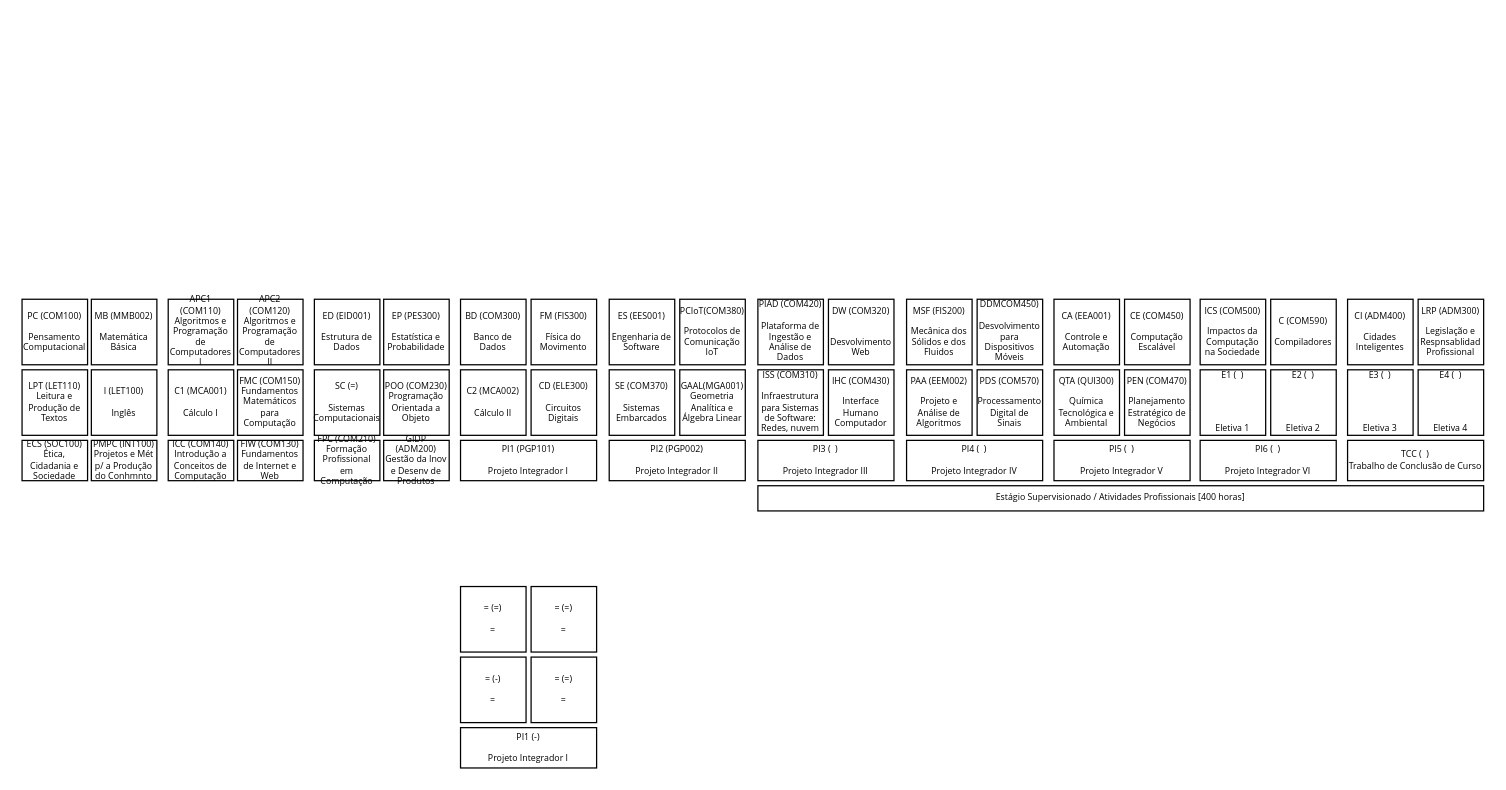
Adson360/Adson360 keeps this draw.io diagram as Diagrama sem título.drawio. Above is the earlier version. Source tidied: cells renumbered, new cells numbered last; positions are measured from the earlier drawing's top-left corner, leaving out a move shared by most shapes. Both pictures are drawn from the tidied source at 126%, with x=0, y=0 at pixel (21, 299).
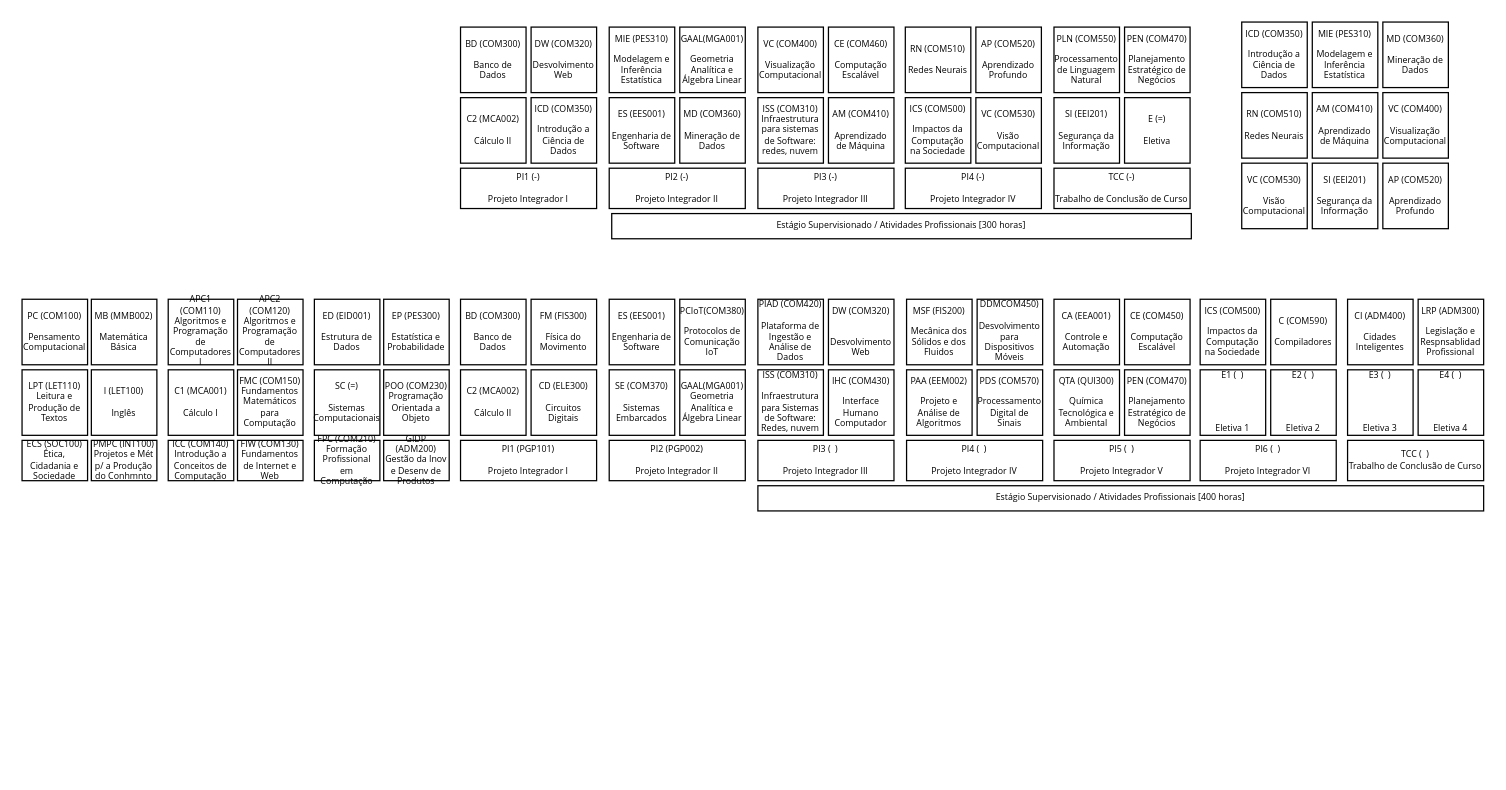
The same diagram, later.

What changed in the source:
```diff
@@
+    <mxCell id="60" value="Estágio Supervisionado / Atividades Profissionais [400 horas] " style="rounded=0;whiteSpace=wrap;html=1;labelBorderColor=none;labelBackgroundColor=none;glass=0;fontSize=7;fontFamily=Segoe UI;" parent="1" vertex="1">
+      <mxGeometry x="584" y="148" width="576" height="20" as="geometry" />
+    </mxCell>
+    <mxCell id="61" style="group;" parent="1" vertex="1">
+      <mxGeometry x="348" y="-216" width="580" height="168" as="geometry" />
+    </mxCell>
-    <mxCell id="55" value="&lt;div style=&quot;font-size: 7px&quot;&gt;PI1 (-)&lt;/div&gt;&lt;div style=&quot;font-size: 7px&quot;&gt;&lt;br style=&quot;font-size: 7px&quot;&gt;&lt;/div&gt;&lt;div style=&quot;font-size: 7px&quot;&gt;Projeto Integrador I&lt;br style=&quot;font-size: 7px&quot;&gt;&lt;/div&gt;" style="rounded=0;whiteSpace=wrap;html=1;labelBorderColor=none;labelBackgroundColor=none;glass=0;fontSize=7;fontFamily=Segoe UI;" parent="1" vertex="1">
-      <mxGeometry x="348" y="340" width="108" height="32" as="geometry" />
+    <mxCell id="55" value="&lt;div style=&quot;font-size: 7px&quot;&gt;PI1 (-)&lt;/div&gt;&lt;div style=&quot;font-size: 7px&quot;&gt;&lt;br style=&quot;font-size: 7px&quot;&gt;&lt;/div&gt;&lt;div style=&quot;font-size: 7px&quot;&gt;Projeto Integrador I&lt;br style=&quot;font-size: 7px&quot;&gt;&lt;/div&gt;" style="rounded=0;whiteSpace=wrap;html=1;labelBorderColor=none;labelBackgroundColor=none;glass=0;fontSize=7;fontFamily=Segoe UI;" parent="61" vertex="1">
+      <mxGeometry y="112" width="108" height="32" as="geometry" />
     </mxCell>
-    <mxCell id="56" value="&lt;div style=&quot;font-size: 7px&quot;&gt;= (=)&lt;/div&gt;&lt;div style=&quot;font-size: 7px&quot;&gt;&lt;br style=&quot;font-size: 7px&quot;&gt;&lt;/div&gt;=" style="rounded=0;whiteSpace=wrap;html=1;labelBorderColor=none;labelBackgroundColor=none;glass=0;fontSize=7;fontFamily=Segoe UI;" parent="1" vertex="1">
-      <mxGeometry x="348" y="228" width="52" height="52" as="geometry" />
-    </mxCell>
-    <mxCell id="57" value="&lt;div style=&quot;font-size: 7px&quot;&gt;= (-)&lt;/div&gt;&lt;div style=&quot;font-size: 7px&quot;&gt;&lt;br style=&quot;font-size: 7px&quot;&gt;&lt;/div&gt;&lt;div style=&quot;font-size: 7px&quot;&gt;=&lt;br style=&quot;font-size: 7px&quot;&gt;&lt;/div&gt;" style="rounded=0;whiteSpace=wrap;html=1;labelBorderColor=none;labelBackgroundColor=none;glass=0;fontSize=7;fontFamily=Segoe UI;" parent="1" vertex="1">
-      <mxGeometry x="348" y="284" width="52" height="52" as="geometry" />
-    </mxCell>
-    <mxCell id="58" value="&lt;div style=&quot;font-size: 7px&quot;&gt;= (=)&lt;/div&gt;&lt;div style=&quot;font-size: 7px&quot;&gt;&lt;br style=&quot;font-size: 7px&quot;&gt;&lt;/div&gt;&lt;div style=&quot;font-size: 7px&quot;&gt;=&lt;br style=&quot;font-size: 7px&quot;&gt;&lt;/div&gt;" style="rounded=0;whiteSpace=wrap;html=1;labelBorderColor=none;labelBackgroundColor=none;glass=0;fontSize=7;fontFamily=Segoe UI;" parent="1" vertex="1">
-      <mxGeometry x="404" y="228" width="52" height="52" as="geometry" />
+    <mxCell id="58" value="&lt;div style=&quot;font-size: 7px&quot;&gt;DW (COM320)&lt;/div&gt;&lt;div style=&quot;font-size: 7px&quot;&gt;&lt;br style=&quot;font-size: 7px&quot;&gt;&lt;/div&gt;&lt;div style=&quot;font-size: 7px&quot;&gt;Desvolvimento Web&lt;br style=&quot;font-size: 7px&quot;&gt;&lt;/div&gt;" style="rounded=0;whiteSpace=wrap;html=1;labelBorderColor=none;labelBackgroundColor=none;glass=0;fontSize=7;fontFamily=Segoe UI;" parent="61" vertex="1">
+      <mxGeometry x="56" width="52" height="52" as="geometry" />
     </mxCell>
-    <mxCell id="59" value="&lt;div style=&quot;font-size: 7px&quot;&gt;= (=)&lt;/div&gt;&lt;div style=&quot;font-size: 7px&quot;&gt;&lt;br style=&quot;font-size: 7px&quot;&gt;&lt;/div&gt;&lt;div style=&quot;font-size: 7px&quot;&gt;=&lt;br style=&quot;font-size: 7px&quot;&gt;&lt;/div&gt;" style="rounded=0;whiteSpace=wrap;html=1;labelBorderColor=none;labelBackgroundColor=none;glass=0;fontSize=7;fontFamily=Segoe UI;" parent="1" vertex="1">
-      <mxGeometry x="404" y="284" width="52" height="52" as="geometry" />
+    <mxCell id="59" value="&lt;div style=&quot;font-size: 7px&quot;&gt;ICD (COM350)&lt;/div&gt;&lt;div style=&quot;font-size: 7px&quot;&gt;&lt;br style=&quot;font-size: 7px&quot;&gt;&lt;/div&gt;&lt;div style=&quot;font-size: 7px&quot;&gt;Introdução a Ciência de Dados&lt;br style=&quot;font-size: 7px&quot;&gt;&lt;/div&gt;" style="rounded=0;whiteSpace=wrap;html=1;labelBorderColor=none;labelBackgroundColor=none;glass=0;fontSize=7;fontFamily=Segoe UI;" parent="61" vertex="1">
+      <mxGeometry x="56" y="56" width="52" height="52" as="geometry" />
     </mxCell>
-    <mxCell id="60" value="Estágio Supervisionado / Atividades Profissionais [400 horas] " style="rounded=0;whiteSpace=wrap;html=1;labelBorderColor=none;labelBackgroundColor=none;glass=0;fontSize=7;fontFamily=Segoe UI;" parent="1" vertex="1">
-      <mxGeometry x="584" y="148" width="576" height="20" as="geometry" />
-    </mxCell>
+    <mxCell id="62" value="&lt;div style=&quot;font-size: 7px&quot;&gt;PI2 (-)&lt;/div&gt;&lt;div style=&quot;font-size: 7px&quot;&gt;&lt;br style=&quot;font-size: 7px&quot;&gt;&lt;/div&gt;&lt;div style=&quot;font-size: 7px&quot;&gt;Projeto Integrador II&lt;br style=&quot;font-size: 7px&quot;&gt;&lt;/div&gt;" style="rounded=0;whiteSpace=wrap;html=1;labelBorderColor=none;labelBackgroundColor=none;glass=0;fontSize=7;fontFamily=Segoe UI;" parent="61" vertex="1">
+      <mxGeometry x="118" y="112" width="108" height="32" as="geometry" />
+    </mxCell>
+    <mxCell id="63" value="&lt;div style=&quot;font-size: 7px&quot;&gt;MIE (PES310)&lt;/div&gt;&lt;div style=&quot;font-size: 7px&quot;&gt;&lt;br style=&quot;font-size: 7px&quot;&gt;&lt;/div&gt;Modelagem e Inferência Estatística" style="rounded=0;whiteSpace=wrap;html=1;labelBorderColor=none;labelBackgroundColor=none;glass=0;fontSize=7;fontFamily=Segoe UI;" parent="61" vertex="1">
+      <mxGeometry x="118" width="52" height="52" as="geometry" />
+    </mxCell>
+    <mxCell id="64" value="&lt;div style=&quot;font-size: 7px&quot;&gt;ES (EES001)&lt;/div&gt;&lt;div style=&quot;font-size: 7px&quot;&gt;&lt;br style=&quot;font-size: 7px&quot;&gt;&lt;/div&gt;&lt;div style=&quot;font-size: 7px&quot;&gt;Engenharia de Software&lt;br style=&quot;font-size: 7px&quot;&gt;&lt;/div&gt;" style="rounded=0;whiteSpace=wrap;html=1;labelBorderColor=none;labelBackgroundColor=none;glass=0;fontSize=7;fontFamily=Segoe UI;" parent="61" vertex="1">
+      <mxGeometry x="118" y="56" width="52" height="52" as="geometry" />
+    </mxCell>
+    <mxCell id="65" value="&lt;div style=&quot;font-size: 7px&quot;&gt;GAAL(MGA001)&lt;/div&gt;&lt;div style=&quot;font-size: 7px&quot;&gt;&lt;br style=&quot;font-size: 7px&quot;&gt;&lt;/div&gt;&lt;div style=&quot;font-size: 7px&quot;&gt;Geometria Analítica e Álgebra Linear&lt;br style=&quot;font-size: 7px&quot;&gt;&lt;/div&gt;" style="rounded=0;whiteSpace=wrap;html=1;labelBorderColor=none;labelBackgroundColor=none;glass=0;fontSize=7;fontFamily=Segoe UI;" parent="61" vertex="1">
+      <mxGeometry x="174" width="52" height="52" as="geometry" />
+    </mxCell>
+    <mxCell id="66" value="&lt;div style=&quot;font-size: 7px&quot;&gt;MD (COM360)&lt;/div&gt;&lt;div style=&quot;font-size: 7px&quot;&gt;&lt;br style=&quot;font-size: 7px&quot;&gt;&lt;/div&gt;&lt;div style=&quot;font-size: 7px&quot;&gt;Mineração de Dados&lt;br style=&quot;font-size: 7px&quot;&gt;&lt;/div&gt;" style="rounded=0;whiteSpace=wrap;html=1;labelBorderColor=none;labelBackgroundColor=none;glass=0;fontSize=7;fontFamily=Segoe UI;" parent="61" vertex="1">
+      <mxGeometry x="174" y="56" width="52" height="52" as="geometry" />
+    </mxCell>
+    <mxCell id="67" value="&lt;div style=&quot;font-size: 7px&quot;&gt;PI3 (-)&lt;/div&gt;&lt;div style=&quot;font-size: 7px&quot;&gt;&lt;br style=&quot;font-size: 7px&quot;&gt;&lt;/div&gt;&lt;div style=&quot;font-size: 7px&quot;&gt;Projeto Integrador III&lt;br style=&quot;font-size: 7px&quot;&gt;&lt;/div&gt;" style="rounded=0;whiteSpace=wrap;html=1;labelBorderColor=none;labelBackgroundColor=none;glass=0;fontSize=7;fontFamily=Segoe UI;" parent="61" vertex="1">
+      <mxGeometry x="236" y="112" width="108" height="32" as="geometry" />
+    </mxCell>
+    <mxCell id="68" value="&lt;div style=&quot;font-size: 7px&quot;&gt;VC (COM400)&lt;/div&gt;&lt;div style=&quot;font-size: 7px&quot;&gt;&lt;br style=&quot;font-size: 7px&quot;&gt;&lt;/div&gt;Visualização Computacional" style="rounded=0;whiteSpace=wrap;html=1;labelBorderColor=none;labelBackgroundColor=none;glass=0;fontSize=7;fontFamily=Segoe UI;" parent="61" vertex="1">
+      <mxGeometry x="236" width="52" height="52" as="geometry" />
+    </mxCell>
+    <mxCell id="69" value="&lt;div style=&quot;font-size: 7px&quot;&gt;ISS (COM310)&lt;/div&gt;&lt;div style=&quot;font-size: 7px&quot;&gt;Infraestrutura para sistemas de Software: redes, nuvem&lt;br style=&quot;font-size: 7px&quot;&gt;&lt;/div&gt;" style="rounded=0;whiteSpace=wrap;html=1;labelBorderColor=none;labelBackgroundColor=none;glass=0;fontSize=7;fontFamily=Segoe UI;" parent="61" vertex="1">
+      <mxGeometry x="236" y="56" width="52" height="52" as="geometry" />
+    </mxCell>
+    <mxCell id="70" value="&lt;div style=&quot;font-size: 7px&quot;&gt;CE (COM460)&lt;/div&gt;&lt;div style=&quot;font-size: 7px&quot;&gt;&lt;br style=&quot;font-size: 7px&quot;&gt;&lt;/div&gt;&lt;div style=&quot;font-size: 7px&quot;&gt;Computação Escalável&lt;br style=&quot;font-size: 7px&quot;&gt;&lt;/div&gt;" style="rounded=0;whiteSpace=wrap;html=1;labelBorderColor=none;labelBackgroundColor=none;glass=0;fontSize=7;fontFamily=Segoe UI;" parent="61" vertex="1">
+      <mxGeometry x="292" width="52" height="52" as="geometry" />
+    </mxCell>
+    <mxCell id="71" value="&lt;div style=&quot;font-size: 7px&quot;&gt;AM (COM410)&lt;/div&gt;&lt;div style=&quot;font-size: 7px&quot;&gt;&lt;br style=&quot;font-size: 7px&quot;&gt;&lt;/div&gt;&lt;div style=&quot;font-size: 7px&quot;&gt;Aprendizado de Máquina&lt;br style=&quot;font-size: 7px&quot;&gt;&lt;/div&gt;" style="rounded=0;whiteSpace=wrap;html=1;labelBorderColor=none;labelBackgroundColor=none;glass=0;fontSize=7;fontFamily=Segoe UI;" parent="61" vertex="1">
+      <mxGeometry x="292" y="56" width="52" height="52" as="geometry" />
+    </mxCell>
+    <mxCell id="72" value="&lt;div style=&quot;font-size: 7px&quot;&gt;PI4 (-)&lt;/div&gt;&lt;div style=&quot;font-size: 7px&quot;&gt;&lt;br style=&quot;font-size: 7px&quot;&gt;&lt;/div&gt;&lt;div style=&quot;font-size: 7px&quot;&gt;Projeto Integrador IV&lt;br style=&quot;font-size: 7px&quot;&gt;&lt;/div&gt;" style="rounded=0;whiteSpace=wrap;html=1;labelBorderColor=none;labelBackgroundColor=none;glass=0;fontSize=7;fontFamily=Segoe UI;" parent="61" vertex="1">
+      <mxGeometry x="353" y="112" width="108" height="32" as="geometry" />
+    </mxCell>
+    <mxCell id="73" value="&lt;div style=&quot;font-size: 7px&quot;&gt;RN (COM510)&lt;/div&gt;&lt;div style=&quot;font-size: 7px&quot;&gt;&lt;br style=&quot;font-size: 7px&quot;&gt;&lt;/div&gt;Redes Neurais" style="rounded=0;whiteSpace=wrap;html=1;labelBorderColor=none;labelBackgroundColor=none;glass=0;fontSize=7;fontFamily=Segoe UI;" parent="61" vertex="1">
+      <mxGeometry x="353" width="52" height="52" as="geometry" />
+    </mxCell>
+    <mxCell id="74" value="&lt;div style=&quot;font-size: 7px&quot;&gt;ICS (COM500)&lt;/div&gt;&lt;div style=&quot;font-size: 7px&quot;&gt;&lt;br style=&quot;font-size: 7px&quot;&gt;&lt;/div&gt;&lt;div style=&quot;font-size: 7px&quot;&gt;Impactos da Computação na Sociedade&lt;br style=&quot;font-size: 7px&quot;&gt;&lt;/div&gt;" style="rounded=0;whiteSpace=wrap;html=1;labelBorderColor=none;labelBackgroundColor=none;glass=0;fontSize=7;fontFamily=Segoe UI;" parent="61" vertex="1">
+      <mxGeometry x="353" y="56" width="52" height="52" as="geometry" />
+    </mxCell>
+    <mxCell id="75" value="&lt;div style=&quot;font-size: 7px&quot;&gt;AP (COM520)&lt;/div&gt;&lt;div style=&quot;font-size: 7px&quot;&gt;&lt;br style=&quot;font-size: 7px&quot;&gt;&lt;/div&gt;&lt;div style=&quot;font-size: 7px&quot;&gt;Aprendizado Profundo&lt;br style=&quot;font-size: 7px&quot;&gt;&lt;/div&gt;" style="rounded=0;whiteSpace=wrap;html=1;labelBorderColor=none;labelBackgroundColor=none;glass=0;fontSize=7;fontFamily=Segoe UI;" parent="61" vertex="1">
+      <mxGeometry x="409" width="52" height="52" as="geometry" />
+    </mxCell>
+    <mxCell id="76" value="&lt;div style=&quot;font-size: 7px&quot;&gt;VC (COM530)&lt;/div&gt;&lt;div style=&quot;font-size: 7px&quot;&gt;&lt;br style=&quot;font-size: 7px&quot;&gt;&lt;/div&gt;&lt;div style=&quot;font-size: 7px&quot;&gt;Visão Computacional&lt;br style=&quot;font-size: 7px&quot;&gt;&lt;/div&gt;" style="rounded=0;whiteSpace=wrap;html=1;labelBorderColor=none;labelBackgroundColor=none;glass=0;fontSize=7;fontFamily=Segoe UI;" parent="61" vertex="1">
+      <mxGeometry x="409" y="56" width="52" height="52" as="geometry" />
+    </mxCell>
+    <mxCell id="77" value="&lt;div style=&quot;font-size: 7px&quot;&gt;TCC (-)&lt;/div&gt;&lt;div style=&quot;font-size: 7px&quot;&gt;&lt;br style=&quot;font-size: 7px&quot;&gt;&lt;/div&gt;&lt;div style=&quot;font-size: 7px&quot;&gt;Trabalho de Conclusão de Curso&lt;br style=&quot;font-size: 7px&quot;&gt;&lt;/div&gt;" style="rounded=0;whiteSpace=wrap;html=1;labelBorderColor=none;labelBackgroundColor=none;glass=0;fontSize=7;fontFamily=Segoe UI;" parent="61" vertex="1">
+      <mxGeometry x="471" y="112" width="108" height="32" as="geometry" />
+    </mxCell>
+    <mxCell id="78" value="&lt;div style=&quot;font-size: 7px&quot;&gt;PLN (COM550)&lt;/div&gt;&lt;div style=&quot;font-size: 7px&quot;&gt;&lt;br style=&quot;font-size: 7px&quot;&gt;&lt;/div&gt;Processamento de Linguagem Natural" style="rounded=0;whiteSpace=wrap;html=1;labelBorderColor=none;labelBackgroundColor=none;glass=0;fontSize=7;fontFamily=Segoe UI;" parent="61" vertex="1">
+      <mxGeometry x="471" width="52" height="52" as="geometry" />
+    </mxCell>
+    <mxCell id="79" value="&lt;div style=&quot;font-size: 7px&quot;&gt;SI (EEI201)&lt;/div&gt;&lt;div style=&quot;font-size: 7px&quot;&gt;&lt;br style=&quot;font-size: 7px&quot;&gt;&lt;/div&gt;&lt;div style=&quot;font-size: 7px&quot;&gt;Segurança da Informação&lt;br style=&quot;font-size: 7px&quot;&gt;&lt;/div&gt;" style="rounded=0;whiteSpace=wrap;html=1;labelBorderColor=none;labelBackgroundColor=none;glass=0;fontSize=7;fontFamily=Segoe UI;" parent="61" vertex="1">
+      <mxGeometry x="471" y="56" width="52" height="52" as="geometry" />
+    </mxCell>
+    <mxCell id="80" value="&lt;div style=&quot;font-size: 7px&quot;&gt;PEN (COM470)&lt;/div&gt;&lt;div style=&quot;font-size: 7px&quot;&gt;&lt;br style=&quot;font-size: 7px&quot;&gt;&lt;/div&gt;&lt;div style=&quot;font-size: 7px&quot;&gt;Planejamento Estratégico de Negócios&lt;br style=&quot;font-size: 7px&quot;&gt;&lt;/div&gt;" style="rounded=0;whiteSpace=wrap;html=1;labelBorderColor=none;labelBackgroundColor=none;glass=0;fontSize=7;fontFamily=Segoe UI;" parent="61" vertex="1">
+      <mxGeometry x="527" width="52" height="52" as="geometry" />
+    </mxCell>
+    <mxCell id="81" value="&lt;div style=&quot;font-size: 7px&quot;&gt;E (=)&lt;/div&gt;&lt;div style=&quot;font-size: 7px&quot;&gt;&lt;br style=&quot;font-size: 7px&quot;&gt;&lt;/div&gt;&lt;div style=&quot;font-size: 7px&quot;&gt;Eletiva&lt;br style=&quot;font-size: 7px&quot;&gt;&lt;/div&gt;" style="rounded=0;whiteSpace=wrap;html=1;labelBorderColor=none;labelBackgroundColor=none;glass=0;fontSize=7;fontFamily=Segoe UI;" parent="61" vertex="1">
+      <mxGeometry x="527" y="56" width="52" height="52" as="geometry" />
+    </mxCell>
+    <mxCell id="82" value="&lt;div style=&quot;font-size: 7px&quot;&gt;BD (COM300)&lt;/div&gt;&lt;div style=&quot;font-size: 7px&quot;&gt;&lt;br style=&quot;font-size: 7px&quot;&gt;&lt;/div&gt;Banco de Dados" style="rounded=0;whiteSpace=wrap;html=1;labelBorderColor=none;labelBackgroundColor=none;glass=0;fontSize=7;fontFamily=Segoe UI;" parent="61" vertex="1">
+      <mxGeometry width="52" height="52" as="geometry" />
+    </mxCell>
+    <mxCell id="83" value="&lt;div style=&quot;font-size: 7px&quot;&gt;C2 (MCA002)&lt;/div&gt;&lt;div style=&quot;font-size: 7px&quot;&gt;&lt;br style=&quot;font-size: 7px&quot;&gt;&lt;/div&gt;&lt;div style=&quot;font-size: 7px&quot;&gt;Cálculo II&lt;br style=&quot;font-size: 7px&quot;&gt;&lt;/div&gt;" style="rounded=0;whiteSpace=wrap;html=1;labelBorderColor=none;labelBackgroundColor=none;glass=0;fontSize=7;fontFamily=Segoe UI;" parent="61" vertex="1">
+      <mxGeometry y="56" width="52" height="52" as="geometry" />
+    </mxCell>
+    <mxCell id="84" value="Estágio Supervisionado / Atividades Profissionais [300 horas] " style="rounded=0;whiteSpace=wrap;html=1;labelBorderColor=none;labelBackgroundColor=none;glass=0;fontSize=7;fontFamily=Segoe UI;" parent="61" vertex="1">
+      <mxGeometry x="120" y="148" width="460" height="20" as="geometry" />
+    </mxCell>
+    <mxCell id="85" style="group;" parent="1" vertex="1">
+      <mxGeometry x="968" y="-220" width="164" height="164" as="geometry" />
+    </mxCell>
+    <mxCell id="86" value="&lt;div style=&quot;font-size: 7px&quot;&gt;ICD (COM350)&lt;/div&gt;&lt;div style=&quot;font-size: 7px&quot;&gt;&lt;br style=&quot;font-size: 7px&quot;&gt;&lt;/div&gt;&lt;div style=&quot;font-size: 7px&quot;&gt;Introdução a Ciência de Dados&lt;br style=&quot;font-size: 7px&quot;&gt;&lt;/div&gt;" style="rounded=0;whiteSpace=wrap;html=1;labelBorderColor=none;labelBackgroundColor=none;glass=0;fontSize=7;fontFamily=Segoe UI;" parent="85" vertex="1">
+      <mxGeometry width="52" height="52" as="geometry" />
+    </mxCell>
+    <mxCell id="87" value="&lt;div style=&quot;font-size: 7px&quot;&gt;MIE (PES310)&lt;/div&gt;&lt;div style=&quot;font-size: 7px&quot;&gt;&lt;br style=&quot;font-size: 7px&quot;&gt;&lt;/div&gt;Modelagem e Inferência Estatística" style="rounded=0;whiteSpace=wrap;html=1;labelBorderColor=none;labelBackgroundColor=none;glass=0;fontSize=7;fontFamily=Segoe UI;" parent="85" vertex="1">
+      <mxGeometry x="56" width="52" height="52" as="geometry" />
+    </mxCell>
+    <mxCell id="88" value="&lt;div style=&quot;font-size: 7px&quot;&gt;MD (COM360)&lt;/div&gt;&lt;div style=&quot;font-size: 7px&quot;&gt;&lt;br style=&quot;font-size: 7px&quot;&gt;&lt;/div&gt;&lt;div style=&quot;font-size: 7px&quot;&gt;Mineração de Dados&lt;br style=&quot;font-size: 7px&quot;&gt;&lt;/div&gt;" style="rounded=0;whiteSpace=wrap;html=1;labelBorderColor=none;labelBackgroundColor=none;glass=0;fontSize=7;fontFamily=Segoe UI;" parent="85" vertex="1">
+      <mxGeometry x="112" width="52" height="52" as="geometry" />
+    </mxCell>
+    <mxCell id="89" value="&lt;div style=&quot;font-size: 7px&quot;&gt;VC (COM400)&lt;/div&gt;&lt;div style=&quot;font-size: 7px&quot;&gt;&lt;br style=&quot;font-size: 7px&quot;&gt;&lt;/div&gt;Visualização Computacional" style="rounded=0;whiteSpace=wrap;html=1;labelBorderColor=none;labelBackgroundColor=none;glass=0;fontSize=7;fontFamily=Segoe UI;" parent="85" vertex="1">
+      <mxGeometry x="112" y="56" width="52" height="52" as="geometry" />
+    </mxCell>
+    <mxCell id="90" value="&lt;div style=&quot;font-size: 7px&quot;&gt;AM (COM410)&lt;/div&gt;&lt;div style=&quot;font-size: 7px&quot;&gt;&lt;br style=&quot;font-size: 7px&quot;&gt;&lt;/div&gt;&lt;div style=&quot;font-size: 7px&quot;&gt;Aprendizado de Máquina&lt;br style=&quot;font-size: 7px&quot;&gt;&lt;/div&gt;" style="rounded=0;whiteSpace=wrap;html=1;labelBorderColor=none;labelBackgroundColor=none;glass=0;fontSize=7;fontFamily=Segoe UI;" parent="85" vertex="1">
+      <mxGeometry x="56" y="56" width="52" height="52" as="geometry" />
+    </mxCell>
+    <mxCell id="91" value="&lt;div style=&quot;font-size: 7px&quot;&gt;RN (COM510)&lt;/div&gt;&lt;div style=&quot;font-size: 7px&quot;&gt;&lt;br style=&quot;font-size: 7px&quot;&gt;&lt;/div&gt;Redes Neurais" style="rounded=0;whiteSpace=wrap;html=1;labelBorderColor=none;labelBackgroundColor=none;glass=0;fontSize=7;fontFamily=Segoe UI;" parent="85" vertex="1">
+      <mxGeometry y="56" width="52" height="52" as="geometry" />
+    </mxCell>
+    <mxCell id="92" value="&lt;div style=&quot;font-size: 7px&quot;&gt;AP (COM520)&lt;/div&gt;&lt;div style=&quot;font-size: 7px&quot;&gt;&lt;br style=&quot;font-size: 7px&quot;&gt;&lt;/div&gt;&lt;div style=&quot;font-size: 7px&quot;&gt;Aprendizado Profundo&lt;br style=&quot;font-size: 7px&quot;&gt;&lt;/div&gt;" style="rounded=0;whiteSpace=wrap;html=1;labelBorderColor=none;labelBackgroundColor=none;glass=0;fontSize=7;fontFamily=Segoe UI;" parent="85" vertex="1">
+      <mxGeometry x="112" y="112" width="52" height="52" as="geometry" />
+    </mxCell>
+    <mxCell id="93" value="&lt;div style=&quot;font-size: 7px&quot;&gt;SI (EEI201)&lt;/div&gt;&lt;div style=&quot;font-size: 7px&quot;&gt;&lt;br style=&quot;font-size: 7px&quot;&gt;&lt;/div&gt;&lt;div style=&quot;font-size: 7px&quot;&gt;Segurança da Informação&lt;br style=&quot;font-size: 7px&quot;&gt;&lt;/div&gt;" style="rounded=0;whiteSpace=wrap;html=1;labelBorderColor=none;labelBackgroundColor=none;glass=0;fontSize=7;fontFamily=Segoe UI;" parent="85" vertex="1">
+      <mxGeometry x="56" y="112" width="52" height="52" as="geometry" />
+    </mxCell>
+    <mxCell id="94" value="&lt;div style=&quot;font-size: 7px&quot;&gt;VC (COM530)&lt;/div&gt;&lt;div style=&quot;font-size: 7px&quot;&gt;&lt;br style=&quot;font-size: 7px&quot;&gt;&lt;/div&gt;&lt;div style=&quot;font-size: 7px&quot;&gt;Visão Computacional&lt;br style=&quot;font-size: 7px&quot;&gt;&lt;/div&gt;" style="rounded=0;whiteSpace=wrap;html=1;labelBorderColor=none;labelBackgroundColor=none;glass=0;fontSize=7;fontFamily=Segoe UI;" parent="85" vertex="1">
+      <mxGeometry y="112" width="52" height="52" as="geometry" />
+    </mxCell>
```
